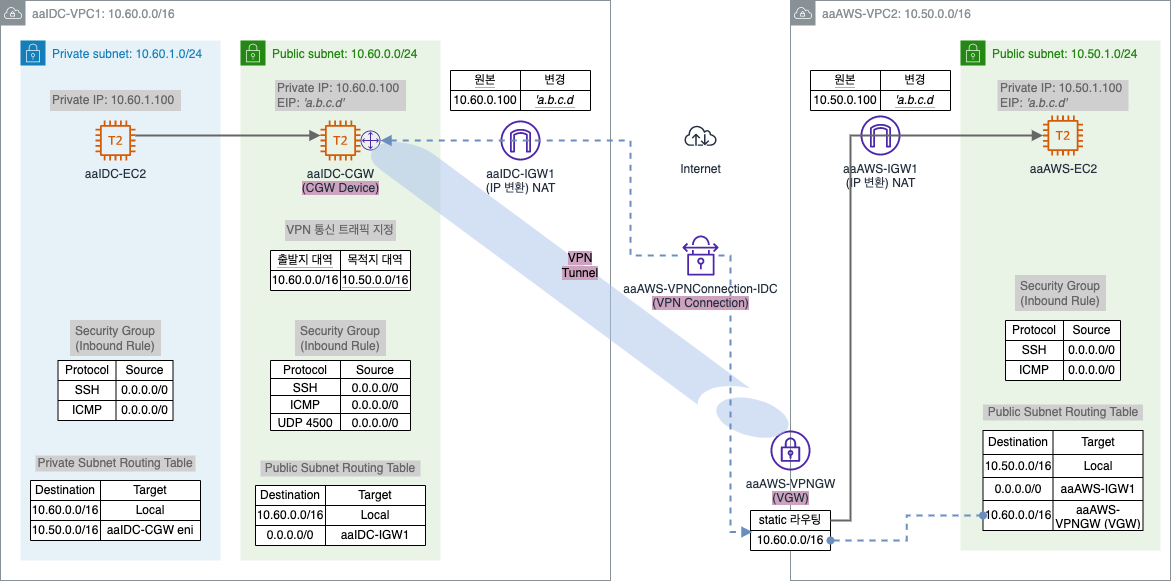
The draw.io diagram assets/img/dev/2022/1210/vpn_flow_2.png in assu10/assu10.github.io, before a commit. Source tidied: cells renumbered, new cells last; positions are measured from the earlier drawing's top-left corner, leaving out a move shared by most shapes.
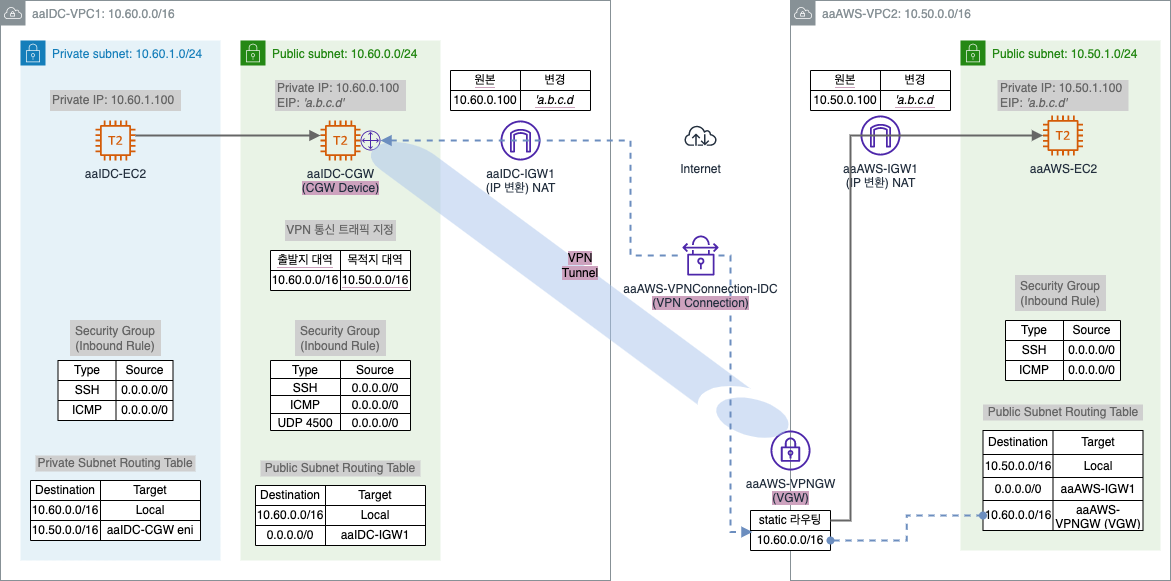
After the commit.

Change to the diagram source:
```diff
@@ -128,7 +128,7 @@
     <mxCell id="43" style="shape=tableRow;horizontal=0;startSize=0;swimlaneHead=0;swimlaneBody=0;top=0;left=0;bottom=0;right=0;fillColor=none;fontColor=#000000;" parent="42" vertex="1">
       <mxGeometry width="140" height="18" as="geometry" />
     </mxCell>
-    <mxCell id="44" value="Protocol" style="shape=partialRectangle;html=1;whiteSpace=wrap;overflow=hidden;fillColor=none;top=0;left=0;bottom=0;right=0;fontColor=#000000;" parent="43" vertex="1">
+    <mxCell id="44" value="Type" style="shape=partialRectangle;html=1;whiteSpace=wrap;overflow=hidden;fillColor=none;top=0;left=0;bottom=0;right=0;fontColor=#000000;" parent="43" vertex="1">
       <mxGeometry width="70" height="18" as="geometry" />
     </mxCell>
     <mxCell id="45" value="Source" style="shape=partialRectangle;html=1;whiteSpace=wrap;overflow=hidden;fillColor=none;top=0;left=0;bottom=0;right=0;fontColor=#000000;" parent="43" vertex="1">
@@ -176,7 +176,7 @@
     <mxCell id="59" style="shape=tableRow;horizontal=0;startSize=0;swimlaneHead=0;swimlaneBody=0;strokeColor=inherit;top=0;left=0;bottom=0;right=0;fillColor=none;fontColor=#666666;" parent="58" vertex="1">
       <mxGeometry width="115" height="20" as="geometry" />
     </mxCell>
-    <mxCell id="60" value="Protocol" style="shape=partialRectangle;html=1;whiteSpace=wrap;strokeColor=inherit;overflow=hidden;fillColor=none;top=0;left=0;bottom=0;right=0;fontColor=#000000;" parent="59" vertex="1">
+    <mxCell id="60" value="Type" style="shape=partialRectangle;html=1;whiteSpace=wrap;strokeColor=inherit;overflow=hidden;fillColor=none;top=0;left=0;bottom=0;right=0;fontColor=#000000;" parent="59" vertex="1">
       <mxGeometry width="58" height="20" as="geometry" />
     </mxCell>
     <mxCell id="61" value="Source" style="shape=partialRectangle;html=1;whiteSpace=wrap;strokeColor=inherit;overflow=hidden;fillColor=none;top=0;left=0;bottom=0;right=0;fontColor=#000000;" parent="59" vertex="1">
@@ -239,7 +239,7 @@
     <mxCell id="80" style="shape=tableRow;horizontal=0;startSize=0;swimlaneHead=0;swimlaneBody=0;strokeColor=inherit;top=0;left=0;bottom=0;right=0;fillColor=none;fontColor=#666666;" parent="79" vertex="1">
       <mxGeometry width="115" height="20" as="geometry" />
     </mxCell>
-    <mxCell id="81" value="Protocol" style="shape=partialRectangle;html=1;whiteSpace=wrap;strokeColor=inherit;overflow=hidden;fillColor=none;top=0;left=0;bottom=0;right=0;fontColor=#000000;" parent="80" vertex="1">
+    <mxCell id="81" value="Type" style="shape=partialRectangle;html=1;whiteSpace=wrap;strokeColor=inherit;overflow=hidden;fillColor=none;top=0;left=0;bottom=0;right=0;fontColor=#000000;" parent="80" vertex="1">
       <mxGeometry width="58" height="20" as="geometry" />
     </mxCell>
     <mxCell id="82" value="Source" style="shape=partialRectangle;html=1;whiteSpace=wrap;strokeColor=inherit;overflow=hidden;fillColor=none;top=0;left=0;bottom=0;right=0;fontColor=#000000;" parent="80" vertex="1">
```
